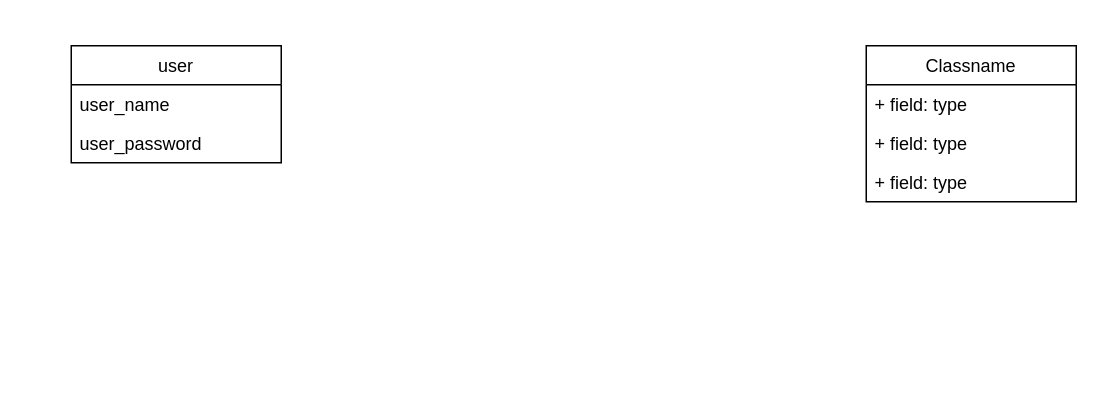
Earlier version of the draw.io diagram BD.drawio (Blackliss/QuasimodoChemes). Source tidied: cells renumbered, new cells numbered last; positions are measured from the earlier drawing's top-left corner, leaving out a move shared by most shapes. Both pictures are drawn from the tidied source at 150%, with x=0, y=0 at pixel (70, 45).
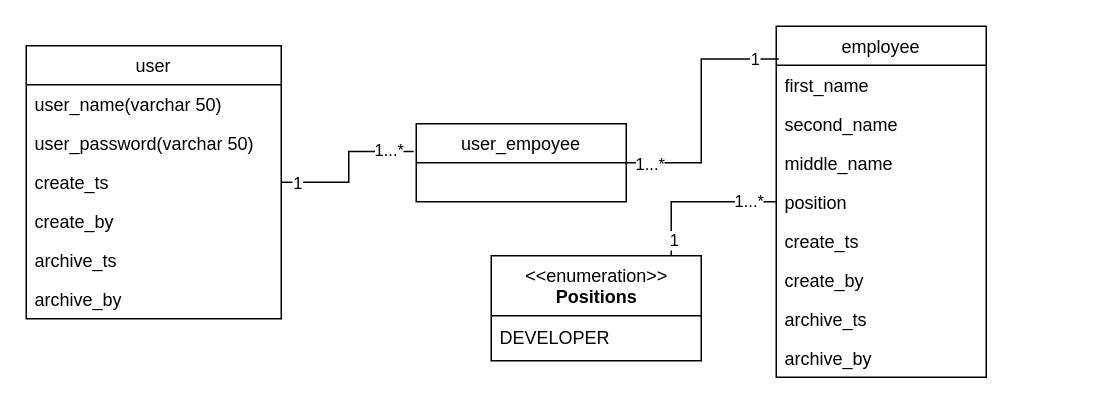
The same page after the edit.

What changed in the source:
```diff
@@
+    <mxCell id="9" style="edgeStyle=orthogonalEdgeStyle;rounded=0;jettySize=auto;html=1;entryX=-0.012;entryY=0.356;entryDx=0;entryDy=0;entryPerimeter=0;endArrow=none;endFill=0;" parent="1" edge="1" source="2" target="24">
+      <mxGeometry relative="1" as="geometry" />
+    </mxCell>
+    <mxCell id="10" value="1" style="edgeLabel;html=1;align=center;verticalAlign=middle;" parent="9" vertex="1">
+      <mxGeometry x="-0.8" y="1" relative="1" as="geometry">
+        <mxPoint x="-1" y="1" as="offset" />
+      </mxGeometry>
+    </mxCell>
+    <mxCell id="11" value="1...*" style="edgeLabel;html=1;align=center;verticalAlign=middle;" parent="9" vertex="1">
+      <mxGeometry x="0.7" y="-2" relative="1" as="geometry">
+        <mxPoint y="-3" as="offset" />
+      </mxGeometry>
+    </mxCell>
     <mxCell id="2" value="user" style="swimlane;fontStyle=0;horizontal=1;startSize=26;fillColor=none;" parent="1" vertex="1">
-      <mxGeometry width="140" height="78" as="geometry" />
+      <mxGeometry x="-30" width="170" height="182" as="geometry" />
     </mxCell>
-    <mxCell id="3" value="user_name" style="text;strokeColor=none;fillColor=none;align=left;verticalAlign=top;spacingLeft=4;spacingRight=4;overflow=hidden;" parent="2" vertex="1">
-      <mxGeometry y="26" width="140" height="26" as="geometry" />
+    <mxCell id="3" value="user_name(varchar 50)" style="text;strokeColor=none;fillColor=none;align=left;verticalAlign=top;spacingLeft=4;spacingRight=4;overflow=hidden;" parent="2" vertex="1">
+      <mxGeometry y="26" width="170" height="26" as="geometry" />
     </mxCell>
-    <mxCell id="4" value="user_password" style="text;strokeColor=none;fillColor=none;align=left;verticalAlign=top;spacingLeft=4;spacingRight=4;overflow=hidden;" parent="2" vertex="1">
-      <mxGeometry y="52" width="140" height="26" as="geometry" />
+    <mxCell id="4" value="user_password(varchar 50)" style="text;strokeColor=none;fillColor=none;align=left;verticalAlign=top;spacingLeft=4;spacingRight=4;overflow=hidden;" parent="2" vertex="1">
+      <mxGeometry y="52" width="170" height="26" as="geometry" />
     </mxCell>
+    <mxCell id="12" value="create_ts" style="text;strokeColor=none;fillColor=none;align=left;verticalAlign=top;spacingLeft=4;spacingRight=4;overflow=hidden;" parent="2" vertex="1">
+      <mxGeometry y="78" width="170" height="26" as="geometry" />
+    </mxCell>
+    <mxCell id="13" value="create_by" style="text;strokeColor=none;fillColor=none;align=left;verticalAlign=top;spacingLeft=4;spacingRight=4;overflow=hidden;" parent="2" vertex="1">
+      <mxGeometry y="104" width="170" height="26" as="geometry" />
+    </mxCell>
+    <mxCell id="14" value="archive_ts" style="text;strokeColor=none;fillColor=none;align=left;verticalAlign=top;spacingLeft=4;spacingRight=4;overflow=hidden;" parent="2" vertex="1">
+      <mxGeometry y="130" width="170" height="26" as="geometry" />
+    </mxCell>
+    <mxCell id="15" value="archive_by" style="text;strokeColor=none;fillColor=none;align=left;verticalAlign=top;spacingLeft=4;spacingRight=4;overflow=hidden;" parent="2" vertex="1">
+      <mxGeometry y="156" width="170" height="26" as="geometry" />
+    </mxCell>
-    <mxCell id="5" value="Classname" style="swimlane;fontStyle=0;horizontal=1;startSize=26;fillColor=none;" parent="1" vertex="1">
-      <mxGeometry x="530" width="140" height="104" as="geometry" />
+    <mxCell id="5" value="employee" style="swimlane;fontStyle=0;horizontal=1;startSize=26;fillColor=none;" parent="1" vertex="1">
+      <mxGeometry x="470" y="-13" width="140" height="234" as="geometry" />
     </mxCell>
-    <mxCell id="6" value="+ field: type" style="text;strokeColor=none;fillColor=none;align=left;verticalAlign=top;spacingLeft=4;spacingRight=4;overflow=hidden;" parent="5" vertex="1">
+    <mxCell id="6" value="first_name" style="text;strokeColor=none;fillColor=none;align=left;verticalAlign=top;spacingLeft=4;spacingRight=4;overflow=hidden;" parent="5" vertex="1">
       <mxGeometry y="26" width="140" height="26" as="geometry" />
     </mxCell>
-    <mxCell id="7" value="+ field: type" style="text;strokeColor=none;fillColor=none;align=left;verticalAlign=top;spacingLeft=4;spacingRight=4;overflow=hidden;" parent="5" vertex="1">
+    <mxCell id="7" value="second_name" style="text;strokeColor=none;fillColor=none;align=left;verticalAlign=top;spacingLeft=4;spacingRight=4;overflow=hidden;" parent="5" vertex="1">
       <mxGeometry y="52" width="140" height="26" as="geometry" />
     </mxCell>
-    <mxCell id="8" value="+ field: type" style="text;strokeColor=none;fillColor=none;align=left;verticalAlign=top;spacingLeft=4;spacingRight=4;overflow=hidden;" parent="5" vertex="1">
+    <mxCell id="8" value="middle_name" style="text;strokeColor=none;fillColor=none;align=left;verticalAlign=top;spacingLeft=4;spacingRight=4;overflow=hidden;" parent="5" vertex="1">
       <mxGeometry y="78" width="140" height="26" as="geometry" />
     </mxCell>
+    <mxCell id="16" value="position" style="text;strokeColor=none;fillColor=none;align=left;verticalAlign=top;spacingLeft=4;spacingRight=4;overflow=hidden;points=[[0,0.5],[1,0.5]];portConstraint=eastwest;" parent="5" vertex="1">
+      <mxGeometry y="104" width="140" height="26" as="geometry" />
+    </mxCell>
+    <mxCell id="17" value="create_ts" style="text;strokeColor=none;fillColor=none;align=left;verticalAlign=top;spacingLeft=4;spacingRight=4;overflow=hidden;" parent="5" vertex="1">
+      <mxGeometry y="130" width="140" height="26" as="geometry" />
+    </mxCell>
+    <mxCell id="18" value="create_by" style="text;strokeColor=none;fillColor=none;align=left;verticalAlign=top;spacingLeft=4;spacingRight=4;overflow=hidden;" parent="5" vertex="1">
+      <mxGeometry y="156" width="140" height="26" as="geometry" />
+    </mxCell>
+    <mxCell id="19" value="archive_ts" style="text;strokeColor=none;fillColor=none;align=left;verticalAlign=top;spacingLeft=4;spacingRight=4;overflow=hidden;" parent="5" vertex="1">
+      <mxGeometry y="182" width="140" height="26" as="geometry" />
+    </mxCell>
+    <mxCell id="20" value="archive_by" style="text;strokeColor=none;fillColor=none;align=left;verticalAlign=top;spacingLeft=4;spacingRight=4;overflow=hidden;" parent="5" vertex="1">
+      <mxGeometry y="208" width="140" height="26" as="geometry" />
+    </mxCell>
+    <mxCell id="21" style="edgeStyle=orthogonalEdgeStyle;rounded=0;jettySize=auto;html=1;entryX=0.012;entryY=0.093;entryDx=0;entryDy=0;entryPerimeter=0;endArrow=none;endFill=0;" parent="1" edge="1" source="24" target="5">
+      <mxGeometry relative="1" as="geometry" />
+    </mxCell>
+    <mxCell id="22" value="1...*" style="edgeLabel;html=1;align=center;verticalAlign=middle;" parent="21" vertex="1">
+      <mxGeometry x="-0.82" y="-2" relative="1" as="geometry">
+        <mxPoint y="-2" as="offset" />
+      </mxGeometry>
+    </mxCell>
+    <mxCell id="23" value="1" style="edgeLabel;html=1;align=center;verticalAlign=middle;" parent="21" vertex="1">
+      <mxGeometry x="0.81" relative="1" as="geometry" />
+    </mxCell>
+    <mxCell id="24" value="user_empoyee" style="swimlane;fontStyle=0;horizontal=1;startSize=26;fillColor=none;" parent="1" vertex="1">
+      <mxGeometry x="230" y="52" width="140" height="52" as="geometry" />
+    </mxCell>
+    <mxCell id="25" style="edgeStyle=orthogonalEdgeStyle;rounded=0;jettySize=auto;html=1;endArrow=none;endFill=0;" parent="1" edge="1" source="28" target="16">
+      <mxGeometry relative="1" as="geometry">
+        <Array as="points">
+          <mxPoint x="400" y="104" />
+        </Array>
+      </mxGeometry>
+    </mxCell>
+    <mxCell id="26" value="1" style="edgeLabel;html=1;align=center;verticalAlign=middle;" parent="25" vertex="1">
+      <mxGeometry x="-0.8" y="-1" relative="1" as="geometry" />
+    </mxCell>
+    <mxCell id="27" value="1...*" style="edgeLabel;html=1;align=center;verticalAlign=middle;" parent="25" vertex="1">
+      <mxGeometry x="0.64" y="1" relative="1" as="geometry" />
+    </mxCell>
+    <mxCell id="28" value="&amp;lt;&amp;lt;enumeration&amp;gt;&amp;gt;&lt;br&gt;&lt;b&gt;Positions&lt;/b&gt;" style="swimlane;fontStyle=0;align=center;verticalAlign=top;horizontal=1;startSize=40;html=1;" parent="1" vertex="1">
+      <mxGeometry x="280" y="140" width="140" height="70" as="geometry" />
+    </mxCell>
+    <mxCell id="29" value="DEVELOPER" style="text;html=1;strokeColor=none;fillColor=none;align=left;verticalAlign=middle;spacingLeft=4;spacingRight=4;overflow=hidden;" parent="28" vertex="1">
+      <mxGeometry y="40" width="140" height="30" as="geometry" />
+    </mxCell>
```
